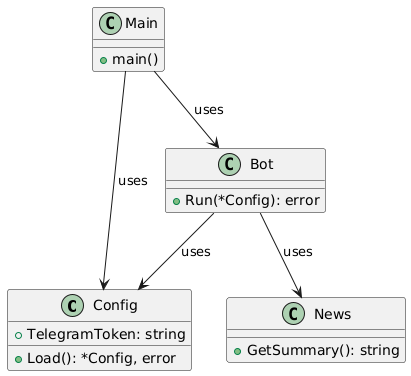
This is docs/docs/uml.png from siberianbearofficial/trading-news-tgbot, a PlantUML export, as it was before one commit.
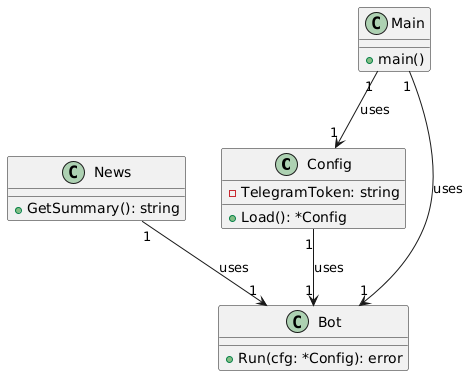
The same diagram one commit later.

What changed in the source:
```diff
@@ -1,7 +1,7 @@
 @startuml
 class Config {
-    +TelegramToken: string
-    +Load(): *Config, error
+    -TelegramToken: string
+    +Load(): *Config
 }
 
 class News {
@@ -9,15 +9,15 @@
 }
 
 class Bot {
-    +Run(*Config): error
+    +Run(cfg: *Config): error
 }
 
 class Main {
     +main()
 }
 
-Main --> Config : uses
-Main --> Bot : uses
-Bot --> Config : uses
-Bot --> News : uses
+Config "1" --> "1" Bot : uses
+News "1" --> "1" Bot : uses
+Main "1" --> "1" Config : uses
+Main "1" --> "1" Bot : uses
 @enduml
```
